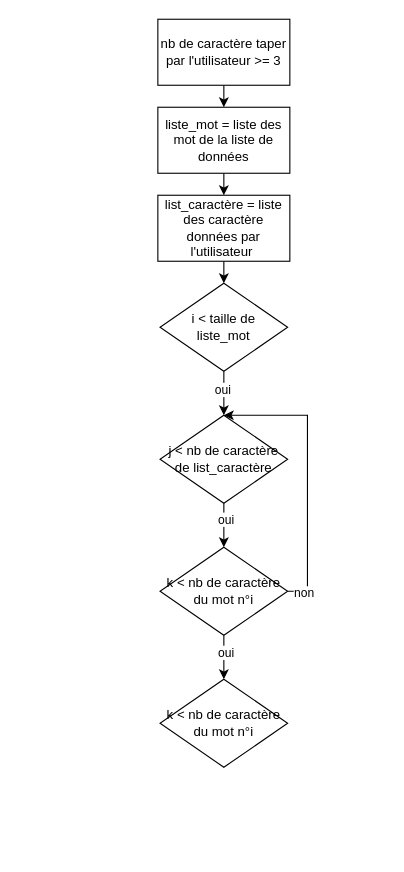
This is Diagramme sans nom.drawio from cbourgouin/Projet_7, a draw.io file, before an edit. Source tidied: cells renumbered, new cells numbered last; positions are measured from the earlier drawing's top-left corner, leaving out a move shared by most shapes. Both pictures are drawn from the tidied source at 110%, with x=0, y=0 at pixel (157, 19).
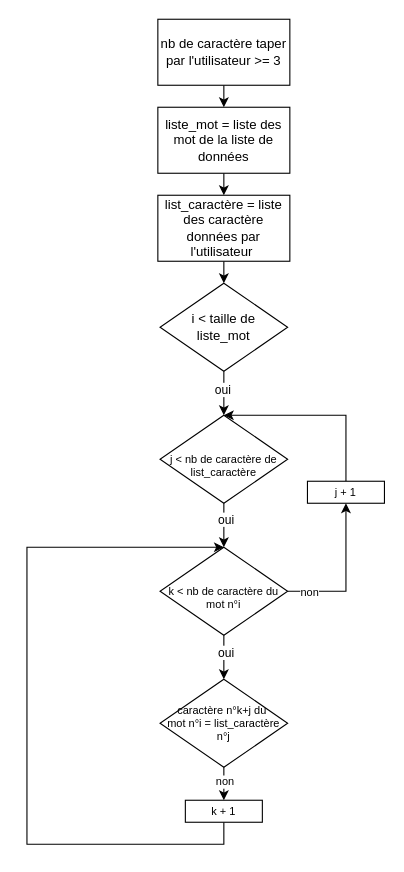
After the change.

Commit message (it also covers changes not shown here):
Mettre à jour Diagramme sans nom.drawio

Diff of the diagram source:
```diff
@@
-    <mxCell id="11" value="j &amp;lt; nb de caractère de list_caractère" style="rhombus;whiteSpace=wrap;html=1;" parent="1" vertex="1">
+    <mxCell id="11" value="&lt;br&gt;j &amp;lt; nb de caractère de list_caractère" style="rhombus;whiteSpace=wrap;html=1;fontSize=10;" parent="1" vertex="1">
       <mxGeometry x="2" y="360" width="116" height="80" as="geometry" />
     </mxCell>
@@
-    <mxCell id="14" style="edgeStyle=orthogonalEdgeStyle;rounded=0;jettySize=auto;html=1;exitX=1;exitY=0.5;exitDx=0;exitDy=0;entryX=0.5;entryY=0;entryDx=0;entryDy=0;" parent="1" edge="1" source="18" target="11">
-      <mxGeometry relative="1" as="geometry">
-        <Array as="points">
-          <mxPoint x="136" y="520" />
-          <mxPoint x="136" y="360" />
-        </Array>
-      </mxGeometry>
-    </mxCell>
-    <mxCell id="15" value="non&lt;br&gt;" style="edgeLabel;html=1;align=center;verticalAlign=middle;" parent="14" vertex="1">
-      <mxGeometry x="-0.89" y="-1" relative="1" as="geometry" />
-    </mxCell>
@@
+    <mxCell id="20" style="edgeStyle=orthogonalEdgeStyle;rounded=0;jettySize=auto;html=1;exitX=1;exitY=0.5;exitDx=0;exitDy=0;entryX=0.5;entryY=1;entryDx=0;entryDy=0;fontSize=10;" parent="1" edge="1" source="18" target="25">
+      <mxGeometry relative="1" as="geometry">
+        <Array as="points">
+          <mxPoint x="171" y="520" />
+        </Array>
+      </mxGeometry>
+    </mxCell>
+    <mxCell id="21" value="non&lt;br&gt;" style="edgeLabel;html=1;align=center;verticalAlign=middle;fontSize=10;" parent="20" vertex="1">
+      <mxGeometry x="-0.73" y="-1" relative="1" as="geometry">
+        <mxPoint x="1" y="-1" as="offset" />
+      </mxGeometry>
+    </mxCell>
-    <mxCell id="18" value="k &amp;lt; nb de caractère du mot n°i" style="rhombus;whiteSpace=wrap;html=1;" parent="1" vertex="1">
+    <mxCell id="18" value="&lt;br&gt;k &amp;lt; nb de caractère du mot n°i" style="rhombus;whiteSpace=wrap;html=1;fontSize=10;verticalAlign=middle;align=center;" parent="1" vertex="1">
       <mxGeometry x="2" y="480" width="116" height="80" as="geometry" />
     </mxCell>
+    <mxCell id="22" style="edgeStyle=orthogonalEdgeStyle;rounded=0;jettySize=auto;html=1;exitX=0.5;exitY=1;exitDx=0;exitDy=0;entryX=0.5;entryY=0;entryDx=0;entryDy=0;fontSize=10;" parent="1" edge="1" source="19" target="27">
+      <mxGeometry relative="1" as="geometry">
+        <Array as="points">
+          <mxPoint x="60" y="700" />
+          <mxPoint x="60" y="700" />
+        </Array>
+      </mxGeometry>
+    </mxCell>
+    <mxCell id="23" value="non" style="edgeLabel;html=1;align=center;verticalAlign=middle;fontSize=10;" parent="22" vertex="1">
+      <mxGeometry x="-0.22" relative="1" as="geometry" />
+    </mxCell>
-    <mxCell id="19" value="k &amp;lt; nb de caractère du mot n°i" style="rhombus;whiteSpace=wrap;html=1;" parent="1" vertex="1">
+    <mxCell id="19" value="caractère n°k+j du&amp;nbsp;&lt;br style=&quot;font-size: 10px;&quot;&gt;mot n°i = list_caractère n°j" style="rhombus;whiteSpace=wrap;html=1;fontSize=10;" parent="1" vertex="1">
       <mxGeometry x="2" y="600" width="116" height="80" as="geometry" />
     </mxCell>
+    <mxCell id="24" style="edgeStyle=orthogonalEdgeStyle;rounded=0;jettySize=auto;html=1;exitX=0.5;exitY=0;exitDx=0;exitDy=0;entryX=0.5;entryY=0;entryDx=0;entryDy=0;fontSize=10;" parent="1" edge="1" source="25" target="11">
+      <mxGeometry relative="1" as="geometry">
+        <Array as="points">
+          <mxPoint x="171" y="360" />
+        </Array>
+      </mxGeometry>
+    </mxCell>
+    <mxCell id="25" value="j + 1" style="rounded=0;whiteSpace=wrap;html=1;fontSize=10;" parent="1" vertex="1">
+      <mxGeometry x="136" y="420" width="70" height="20" as="geometry" />
+    </mxCell>
+    <mxCell id="26" style="edgeStyle=orthogonalEdgeStyle;rounded=0;jettySize=auto;html=1;exitX=0.5;exitY=1;exitDx=0;exitDy=0;entryX=0.5;entryY=0;entryDx=0;entryDy=0;fontSize=10;" parent="1" edge="1" source="27" target="18">
+      <mxGeometry relative="1" as="geometry">
+        <Array as="points">
+          <mxPoint x="60" y="750" />
+          <mxPoint x="-119" y="750" />
+          <mxPoint x="-119" y="480" />
+        </Array>
+      </mxGeometry>
+    </mxCell>
+    <mxCell id="27" value="k + 1" style="rounded=0;whiteSpace=wrap;html=1;fontSize=10;" parent="1" vertex="1">
+      <mxGeometry x="25" y="710" width="70" height="20" as="geometry" />
+    </mxCell>
```
